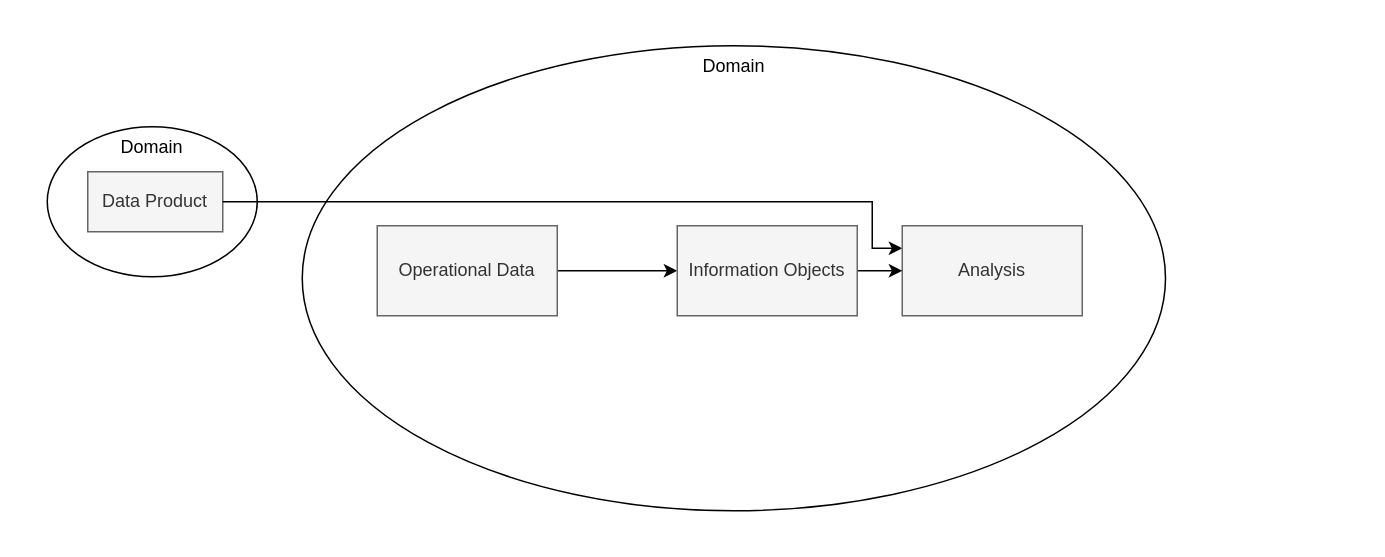
Earlier version of the draw.io diagram diagrams/domainteamjourney_level3.drawio (datamesh-architecture/datamesh-architecture.com). Source tidied: cells renumbered, new cells numbered last; positions are measured from the earlier drawing's top-left corner, leaving out a move shared by most shapes. Both pictures are drawn from the tidied source at 150%, with x=0, y=0 at pixel (26, 26).
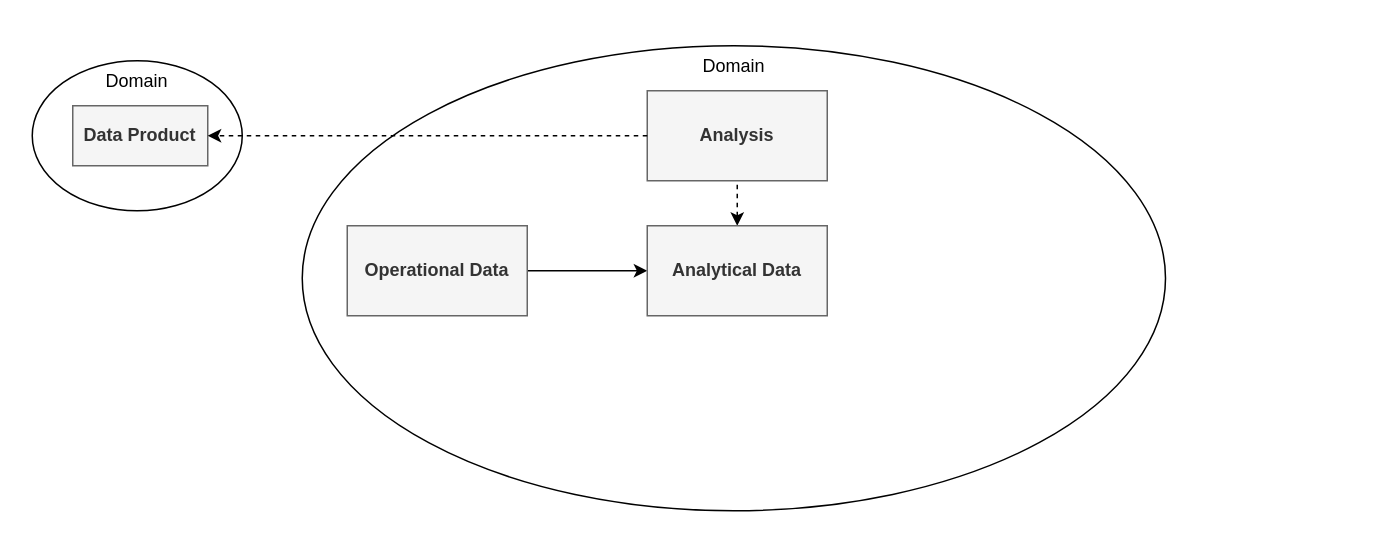
The same page after the edit.

Diff of the diagram source:
```diff
@@
 <mxGraphModel>
   <root>
     <mxCell id="0" />
     <mxCell id="1" parent="0" />
     <mxCell id="2" style="rounded=0;whiteSpace=wrap;html=1;fillColor=none;strokeColor=none;" parent="1" vertex="1">
       <mxGeometry width="889" height="337" as="geometry" />
     </mxCell>
     <mxCell id="3" value="Domain" style="ellipse;whiteSpace=wrap;html=1;verticalAlign=top;" parent="1" vertex="1">
       <mxGeometry x="184" y="13" width="575.5" height="310" as="geometry" />
     </mxCell>
+    <mxCell id="9" style="edgeStyle=orthogonalEdgeStyle;rounded=0;jettySize=auto;html=1;startArrow=classic;startFill=1;endArrow=none;endFill=0;exitX=0;exitY=0.5;exitDx=0;exitDy=0;" parent="1" edge="1" source="13" target="11">
+      <mxGeometry relative="1" as="geometry" />
+    </mxCell>
+    <mxCell id="11" value="Operational Data" style="rounded=0;whiteSpace=wrap;html=1;fillColor=#f5f5f5;fontColor=#333333;strokeColor=#666666;fontStyle=1;" parent="1" vertex="1">
+      <mxGeometry x="214" y="133" width="120" height="60" as="geometry" />
+    </mxCell>
+    <mxCell id="7" value="Analysis" style="rounded=0;whiteSpace=wrap;html=1;fillColor=#f5f5f5;fontColor=#333333;strokeColor=#666666;fontStyle=1;" parent="1" vertex="1">
+      <mxGeometry x="414" y="43" width="120" height="60" as="geometry" />
+    </mxCell>
+    <mxCell id="12" style="rounded=0;jettySize=auto;html=1;exitX=0.5;exitY=0;exitDx=0;exitDy=0;startArrow=classic;startFill=1;endArrow=none;endFill=0;dashed=1;" parent="1" edge="1" source="13" target="7">
+      <mxGeometry relative="1" as="geometry" />
+    </mxCell>
+    <mxCell id="13" value="Analytical Data" style="rounded=0;whiteSpace=wrap;html=1;fillColor=#f5f5f5;fontColor=#333333;strokeColor=#666666;fontStyle=1;" parent="1" vertex="1">
+      <mxGeometry x="414" y="133" width="120" height="60" as="geometry" />
+    </mxCell>
     <mxCell id="4" value="Domain" style="ellipse;whiteSpace=wrap;html=1;verticalAlign=top;" parent="1" vertex="1">
-      <mxGeometry x="14" y="67" width="140" height="100" as="geometry" />
+      <mxGeometry x="4" y="23" width="140" height="100" as="geometry" />
     </mxCell>
-    <mxCell id="5" value="Data Product" style="rounded=0;whiteSpace=wrap;html=1;fillColor=#f5f5f5;fontColor=#333333;strokeColor=#666666;" parent="1" vertex="1">
-      <mxGeometry x="41" y="97" width="90" height="40" as="geometry" />
+    <mxCell id="5" value="Data Product" style="rounded=0;whiteSpace=wrap;html=1;fillColor=#f5f5f5;fontColor=#333333;strokeColor=#666666;fontStyle=1;" parent="1" vertex="1">
+      <mxGeometry x="31" y="53" width="90" height="40" as="geometry" />
     </mxCell>
-    <mxCell id="6" style="rounded=0;jettySize=auto;html=1;startArrow=classic;startFill=1;endArrow=none;endFill=0;exitX=0;exitY=0.25;exitDx=0;exitDy=0;entryX=1;entryY=0.5;entryDx=0;entryDy=0;edgeStyle=orthogonalEdgeStyle;" parent="1" edge="1" source="7" target="5">
-      <mxGeometry relative="1" as="geometry">
-        <Array as="points">
-          <mxPoint x="564" y="148" />
-          <mxPoint x="564" y="117" />
-        </Array>
-      </mxGeometry>
+    <mxCell id="6" style="rounded=0;jettySize=auto;html=1;startArrow=none;startFill=0;endArrow=classic;endFill=1;exitX=0;exitY=0.5;exitDx=0;exitDy=0;entryX=1;entryY=0.5;entryDx=0;entryDy=0;dashed=1;" parent="1" edge="1" source="7" target="5">
+      <mxGeometry relative="1" as="geometry" />
     </mxCell>
-    <mxCell id="7" value="Analysis" style="rounded=0;whiteSpace=wrap;html=1;fillColor=#f5f5f5;fontColor=#333333;strokeColor=#666666;" parent="1" vertex="1">
-      <mxGeometry x="584" y="133" width="120" height="60" as="geometry" />
-    </mxCell>
-    <mxCell id="8" style="edgeStyle=orthogonalEdgeStyle;rounded=0;jettySize=auto;html=1;exitX=1;exitY=0.5;exitDx=0;exitDy=0;" parent="1" edge="1" source="10" target="7">
-      <mxGeometry relative="1" as="geometry" />
-    </mxCell>
-    <mxCell id="9" style="edgeStyle=orthogonalEdgeStyle;rounded=0;jettySize=auto;html=1;startArrow=classic;startFill=1;endArrow=none;endFill=0;" parent="1" edge="1" source="10" target="11">
-      <mxGeometry relative="1" as="geometry" />
-    </mxCell>
-    <mxCell id="10" value="Information Objects" style="rounded=0;whiteSpace=wrap;html=1;fillColor=#f5f5f5;fontColor=#333333;strokeColor=#666666;" parent="1" vertex="1">
-      <mxGeometry x="434" y="133" width="120" height="60" as="geometry" />
-    </mxCell>
-    <mxCell id="11" value="Operational Data" style="rounded=0;whiteSpace=wrap;html=1;fillColor=#f5f5f5;fontColor=#333333;strokeColor=#666666;" parent="1" vertex="1">
-      <mxGeometry x="234" y="133" width="120" height="60" as="geometry" />
-    </mxCell>
   </root>
 </mxGraphModel>
```
